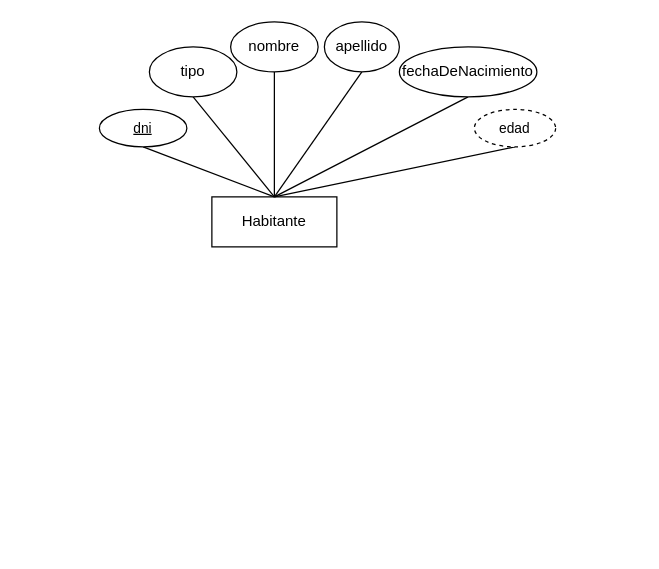
Donnie-MS/DiagramasUML-BaseDeDatos-Objetos2 keeps this draw.io diagram as BaseDeDatos/ej5.drawio. Above is the earlier version. Source tidied: cells renumbered, new cells numbered last; positions are measured from the earlier drawing's top-left corner, leaving out a move shared by most shapes. Both pictures are drawn from the tidied source at 125%, with x=0, y=0 at pixel (99, 21).
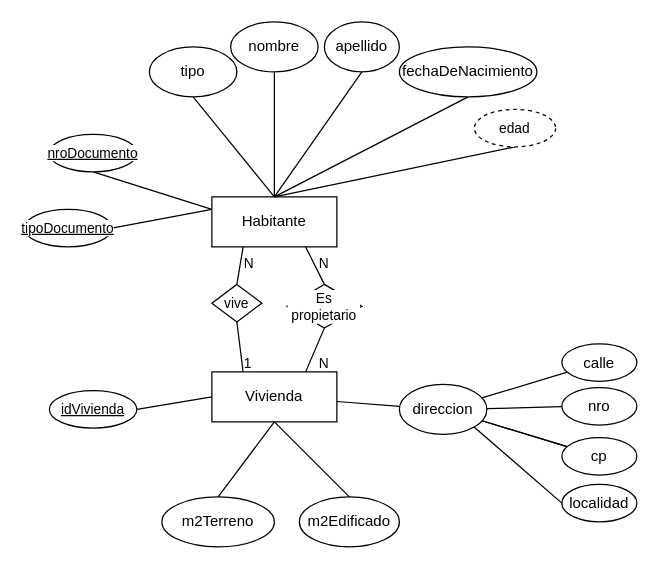
The same page after the edit.

Unchanged cells that the change refers to:
```xml
<mxCell id="3" value="Habitante" style="whiteSpace=wrap;html=1;align=center;" parent="1" vertex="1">
  <mxGeometry x="90" y="140" width="100" height="40" as="geometry" />
</mxCell>
```

Diff of the diagram source:
```diff
@@
+    <mxCell id="15" style="edgeStyle=none;shape=connector;rounded=0;jettySize=auto;html=1;exitX=0.5;exitY=1;exitDx=0;exitDy=0;entryX=0.25;entryY=0;entryDx=0;entryDy=0;strokeColor=default;align=center;verticalAlign=middle;fontFamily=Helvetica;fontSize=11;fontColor=default;labelBackgroundColor=default;endArrow=none;" parent="1" edge="1" source="36" target="18">
+      <mxGeometry relative="1" as="geometry" />
+    </mxCell>
+    <mxCell id="16" style="edgeStyle=none;shape=connector;rounded=0;jettySize=auto;html=1;exitX=0.5;exitY=1;exitDx=0;exitDy=0;entryX=0.75;entryY=0;entryDx=0;entryDy=0;strokeColor=default;align=center;verticalAlign=middle;fontFamily=Helvetica;fontSize=11;fontColor=default;labelBackgroundColor=default;endArrow=none;" parent="1" edge="1" source="34" target="18">
+      <mxGeometry relative="1" as="geometry" />
+    </mxCell>
@@
-    <mxCell id="6" style="edgeStyle=none;shape=connector;rounded=0;jettySize=auto;html=1;exitX=0.5;exitY=1;exitDx=0;exitDy=0;entryX=0.5;entryY=0;entryDx=0;entryDy=0;strokeColor=default;align=center;verticalAlign=middle;fontFamily=Helvetica;fontSize=11;fontColor=default;labelBackgroundColor=default;endArrow=none;" parent="1" edge="1" source="7" target="3">
+    <mxCell id="6" style="edgeStyle=none;shape=connector;rounded=0;jettySize=auto;html=1;exitX=0.5;exitY=1;exitDx=0;exitDy=0;entryX=0;entryY=0.25;entryDx=0;entryDy=0;strokeColor=default;align=center;verticalAlign=middle;fontFamily=Helvetica;fontSize=11;fontColor=default;labelBackgroundColor=default;endArrow=none;" parent="1" edge="1" source="7" target="3">
       <mxGeometry relative="1" as="geometry" />
     </mxCell>
-    <mxCell id="7" value="dni" style="ellipse;whiteSpace=wrap;html=1;align=center;fontStyle=4;fontFamily=Helvetica;fontSize=11;fontColor=default;labelBackgroundColor=default;" parent="1" vertex="1">
-      <mxGeometry y="70" width="70" height="30" as="geometry" />
+    <mxCell id="7" value="nroDocumento" style="ellipse;whiteSpace=wrap;html=1;align=center;fontStyle=4;fontFamily=Helvetica;fontSize=11;fontColor=default;labelBackgroundColor=default;" parent="1" vertex="1">
+      <mxGeometry x="-40" y="90" width="70" height="30" as="geometry" />
     </mxCell>
@@
+    <mxCell id="17" style="edgeStyle=none;shape=connector;rounded=0;jettySize=auto;html=1;exitX=0.5;exitY=1;exitDx=0;exitDy=0;entryX=0.5;entryY=0;entryDx=0;entryDy=0;strokeColor=default;align=center;verticalAlign=middle;fontFamily=Helvetica;fontSize=11;fontColor=default;labelBackgroundColor=default;endArrow=none;" parent="1" edge="1" source="18" target="31">
+      <mxGeometry relative="1" as="geometry" />
+    </mxCell>
+    <mxCell id="18" value="Vivienda" style="whiteSpace=wrap;html=1;align=center;" parent="1" vertex="1">
+      <mxGeometry x="90" y="280" width="100" height="40" as="geometry" />
+    </mxCell>
+    <mxCell id="19" style="edgeStyle=none;shape=connector;rounded=0;jettySize=auto;html=1;strokeColor=default;align=center;verticalAlign=middle;fontFamily=Helvetica;fontSize=11;fontColor=default;labelBackgroundColor=default;endArrow=none;" parent="1" edge="1" source="23" target="18">
+      <mxGeometry relative="1" as="geometry" />
+    </mxCell>
+    <mxCell id="20" style="edgeStyle=none;shape=connector;rounded=0;jettySize=auto;html=1;strokeColor=default;align=center;verticalAlign=middle;fontFamily=Helvetica;fontSize=11;fontColor=default;labelBackgroundColor=default;endArrow=none;" parent="1" edge="1" source="23" target="28">
+      <mxGeometry relative="1" as="geometry" />
+    </mxCell>
+    <mxCell id="21" style="edgeStyle=none;shape=connector;rounded=0;jettySize=auto;html=1;strokeColor=default;align=center;verticalAlign=middle;fontFamily=Helvetica;fontSize=11;fontColor=default;labelBackgroundColor=default;endArrow=none;" parent="1" edge="1" source="23" target="28">
+      <mxGeometry relative="1" as="geometry" />
+    </mxCell>
+    <mxCell id="22" style="edgeStyle=none;shape=connector;rounded=0;jettySize=auto;html=1;exitX=1;exitY=1;exitDx=0;exitDy=0;entryX=0;entryY=0.5;entryDx=0;entryDy=0;strokeColor=default;align=center;verticalAlign=middle;fontFamily=Helvetica;fontSize=11;fontColor=default;labelBackgroundColor=default;endArrow=none;" parent="1" edge="1" source="23" target="43">
+      <mxGeometry relative="1" as="geometry" />
+    </mxCell>
+    <mxCell id="23" value="direccion" style="ellipse;whiteSpace=wrap;html=1;align=center;" parent="1" vertex="1">
+      <mxGeometry x="240" y="290" width="70" height="40" as="geometry" />
+    </mxCell>
+    <mxCell id="24" style="edgeStyle=none;shape=connector;rounded=0;jettySize=auto;html=1;strokeColor=default;align=center;verticalAlign=middle;fontFamily=Helvetica;fontSize=11;fontColor=default;labelBackgroundColor=default;endArrow=none;" parent="1" edge="1" source="25" target="23">
+      <mxGeometry relative="1" as="geometry" />
+    </mxCell>
+    <mxCell id="25" value="calle" style="ellipse;whiteSpace=wrap;html=1;align=center;" parent="1" vertex="1">
+      <mxGeometry x="370" y="257.5" width="60" height="30" as="geometry" />
+    </mxCell>
+    <mxCell id="26" style="edgeStyle=none;shape=connector;rounded=0;jettySize=auto;html=1;strokeColor=default;align=center;verticalAlign=middle;fontFamily=Helvetica;fontSize=11;fontColor=default;labelBackgroundColor=default;endArrow=none;" parent="1" edge="1" source="27" target="23">
+      <mxGeometry relative="1" as="geometry" />
+    </mxCell>
+    <mxCell id="27" value="nro" style="ellipse;whiteSpace=wrap;html=1;align=center;" parent="1" vertex="1">
+      <mxGeometry x="370" y="292.5" width="60" height="30" as="geometry" />
+    </mxCell>
+    <mxCell id="28" value="cp" style="ellipse;whiteSpace=wrap;html=1;align=center;" parent="1" vertex="1">
+      <mxGeometry x="370" y="332.5" width="60" height="30" as="geometry" />
+    </mxCell>
+    <mxCell id="29" style="edgeStyle=none;shape=connector;rounded=0;jettySize=auto;html=1;exitX=0.5;exitY=0;exitDx=0;exitDy=0;entryX=0.5;entryY=1;entryDx=0;entryDy=0;strokeColor=default;align=center;verticalAlign=middle;fontFamily=Helvetica;fontSize=11;fontColor=default;labelBackgroundColor=default;endArrow=none;" parent="1" edge="1" source="30" target="18">
+      <mxGeometry relative="1" as="geometry" />
+    </mxCell>
+    <mxCell id="30" value="m2Terreno" style="ellipse;whiteSpace=wrap;html=1;align=center;" parent="1" vertex="1">
+      <mxGeometry x="50" y="380" width="90" height="40" as="geometry" />
+    </mxCell>
+    <mxCell id="31" value="m2Edificado" style="ellipse;whiteSpace=wrap;html=1;align=center;" parent="1" vertex="1">
+      <mxGeometry x="160" y="380" width="80" height="40" as="geometry" />
+    </mxCell>
+    <mxCell id="32" style="edgeStyle=none;shape=connector;rounded=0;orthogonalLoop=1;jettySize=auto;html=1;exitX=0;exitY=0.5;exitDx=0;exitDy=0;strokeColor=default;align=center;verticalAlign=middle;fontFamily=Helvetica;fontSize=11;fontColor=default;labelBackgroundColor=default;endArrow=none;" parent="1" edge="1" source="31" target="31">
+      <mxGeometry relative="1" as="geometry" />
+    </mxCell>
+    <mxCell id="33" style="edgeStyle=none;shape=connector;rounded=0;jettySize=auto;html=1;exitX=0.75;exitY=1;exitDx=0;exitDy=0;entryX=0.5;entryY=0;entryDx=0;entryDy=0;strokeColor=default;align=center;verticalAlign=middle;fontFamily=Helvetica;fontSize=11;fontColor=default;labelBackgroundColor=default;endArrow=none;" parent="1" edge="1" source="3" target="34">
+      <mxGeometry relative="1" as="geometry" />
+    </mxCell>
+    <mxCell id="34" value="Es propietario" style="shape=rhombus;perimeter=rhombusPerimeter;whiteSpace=wrap;html=1;align=center;fontFamily=Helvetica;fontSize=11;fontColor=default;labelBackgroundColor=default;" parent="1" vertex="1">
+      <mxGeometry x="150" y="210" width="60" height="35" as="geometry" />
+    </mxCell>
+    <mxCell id="35" style="edgeStyle=none;shape=connector;rounded=0;jettySize=auto;html=1;exitX=0.25;exitY=1;exitDx=0;exitDy=0;entryX=0.5;entryY=0;entryDx=0;entryDy=0;strokeColor=default;align=center;verticalAlign=middle;fontFamily=Helvetica;fontSize=11;fontColor=default;labelBackgroundColor=default;endArrow=none;" parent="1" edge="1" source="3" target="36">
+      <mxGeometry relative="1" as="geometry" />
+    </mxCell>
+    <mxCell id="36" value="vive" style="shape=rhombus;perimeter=rhombusPerimeter;whiteSpace=wrap;html=1;align=center;fontFamily=Helvetica;fontSize=11;fontColor=default;labelBackgroundColor=default;" parent="1" vertex="1">
+      <mxGeometry x="90" y="210" width="40" height="30" as="geometry" />
+    </mxCell>
+    <mxCell id="37" value="1" style="text;strokeColor=none;fillColor=none;spacingLeft=4;spacingRight=4;overflow=hidden;fontSize=11;whiteSpace=wrap;html=1;fontFamily=Helvetica;fontColor=default;labelBackgroundColor=default;" parent="1" vertex="1">
+      <mxGeometry x="110" y="260" width="40" height="30" as="geometry" />
+    </mxCell>
+    <mxCell id="38" value="N" style="text;strokeColor=none;fillColor=none;spacingLeft=4;spacingRight=4;overflow=hidden;fontSize=11;whiteSpace=wrap;html=1;fontFamily=Helvetica;fontColor=default;labelBackgroundColor=default;" parent="1" vertex="1">
+      <mxGeometry x="110" y="180" width="40" height="30" as="geometry" />
+    </mxCell>
+    <mxCell id="39" value="N" style="text;strokeColor=none;fillColor=none;spacingLeft=4;spacingRight=4;overflow=hidden;fontSize=11;whiteSpace=wrap;html=1;fontFamily=Helvetica;fontColor=default;labelBackgroundColor=default;" parent="1" vertex="1">
+      <mxGeometry x="170" y="260" width="40" height="30" as="geometry" />
+    </mxCell>
+    <mxCell id="40" value="N" style="text;strokeColor=none;fillColor=none;spacingLeft=4;spacingRight=4;overflow=hidden;fontSize=11;whiteSpace=wrap;html=1;fontFamily=Helvetica;fontColor=default;labelBackgroundColor=default;" parent="1" vertex="1">
+      <mxGeometry x="170" y="180" width="40" height="30" as="geometry" />
+    </mxCell>
+    <mxCell id="41" style="edgeStyle=none;shape=connector;rounded=0;jettySize=auto;html=1;exitX=1;exitY=0.5;exitDx=0;exitDy=0;entryX=0;entryY=0.5;entryDx=0;entryDy=0;strokeColor=default;align=center;verticalAlign=middle;fontFamily=Helvetica;fontSize=11;fontColor=default;labelBackgroundColor=default;endArrow=none;" parent="1" edge="1" source="42" target="18">
+      <mxGeometry relative="1" as="geometry" />
+    </mxCell>
+    <mxCell id="42" value="idVivienda" style="ellipse;whiteSpace=wrap;html=1;align=center;fontStyle=4;fontFamily=Helvetica;fontSize=11;fontColor=default;labelBackgroundColor=default;" parent="1" vertex="1">
+      <mxGeometry x="-40" y="295" width="70" height="30" as="geometry" />
+    </mxCell>
+    <mxCell id="43" value="localidad" style="ellipse;whiteSpace=wrap;html=1;align=center;" parent="1" vertex="1">
+      <mxGeometry x="370" y="370" width="60" height="30" as="geometry" />
+    </mxCell>
+    <mxCell id="44" style="edgeStyle=none;shape=connector;rounded=0;jettySize=auto;html=1;exitX=1;exitY=0.5;exitDx=0;exitDy=0;entryX=0;entryY=0.25;entryDx=0;entryDy=0;strokeColor=default;align=center;verticalAlign=middle;fontFamily=Helvetica;fontSize=11;fontColor=default;labelBackgroundColor=default;endArrow=none;" parent="1" edge="1" source="45" target="3">
+      <mxGeometry relative="1" as="geometry" />
+    </mxCell>
+    <mxCell id="45" value="tipoDocumento" style="ellipse;whiteSpace=wrap;html=1;align=center;fontStyle=4;fontFamily=Helvetica;fontSize=11;fontColor=default;labelBackgroundColor=default;" parent="1" vertex="1">
+      <mxGeometry x="-60" y="150" width="70" height="30" as="geometry" />
+    </mxCell>
```
